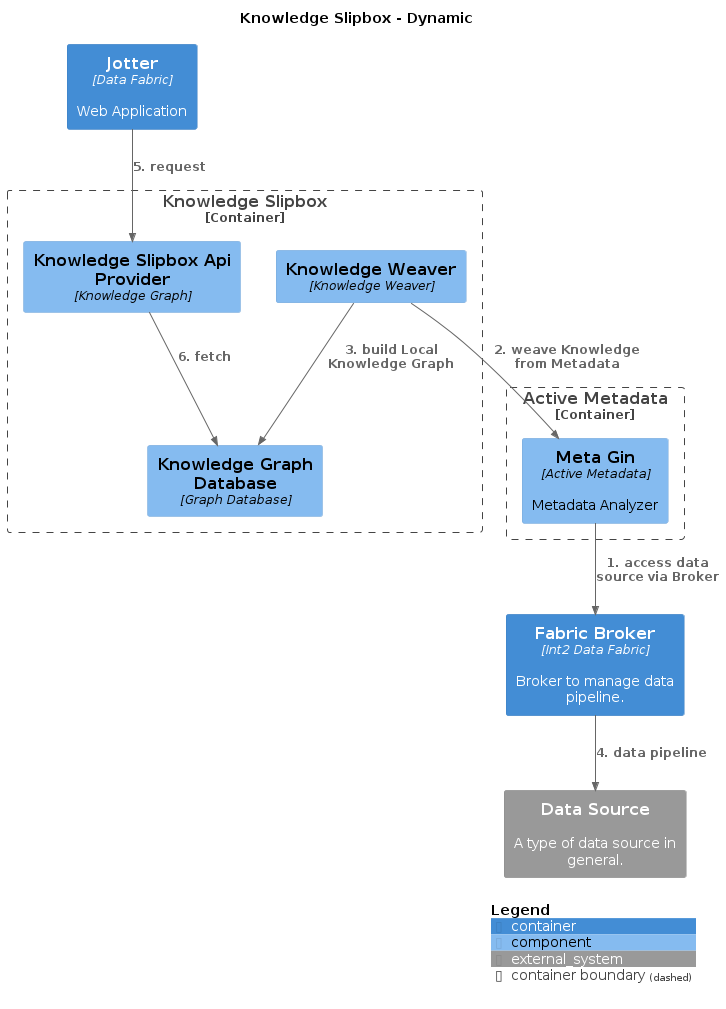
The PlantUML diagram master/png/LocalKnowledgeGraph.png in IntellectusCorp/data-fabric-docs, before a commit.
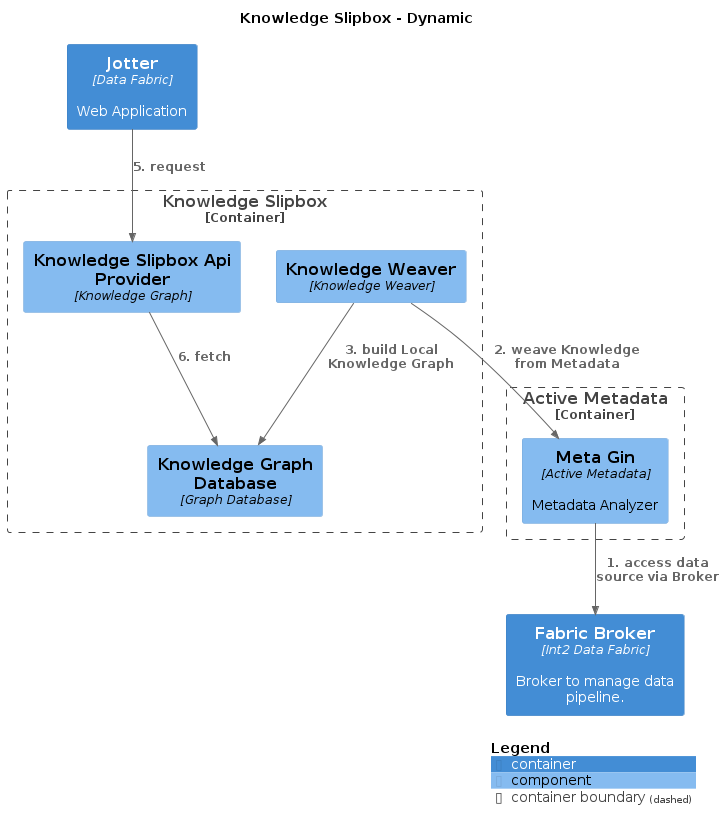
The same file after the commit.

Change to the diagram source:
```diff
@@ -20,13 +20,11 @@
 }
 
 Container(DataFabric.Jotter, "Jotter", "Data Fabric", "Web Application", $tags="")
-System_Ext(DataSource, "Data Source", "A type of data source in general.", $tags="")
 Container(DataFabric.FabricBroker, "Fabric Broker", "Int2 Data Fabric", "Broker to manage data pipeline.", $tags="")
 
 Rel_D(DataFabric.ActiveMetadata.MetaGin, DataFabric.FabricBroker, "1. access data source via Broker", $tags="")
 Rel_D(DataFabric.KnowledgeSlipbox.KnowledgeWeaver, DataFabric.ActiveMetadata.MetaGin, "2. weave Knowledge from Metadata", $tags="")
 Rel_D(DataFabric.KnowledgeSlipbox.KnowledgeWeaver, DataFabric.KnowledgeSlipbox.KnowledgeGraphDatabase, "3. build Local Knowledge Graph", $tags="")
-Rel_D(DataFabric.FabricBroker, DataSource, "4. data pipeline", $tags="")
 Rel_D(DataFabric.Jotter, DataFabric.KnowledgeSlipbox.KnowledgeSlipboxApiProvider, "5. request", $tags="")
 Rel_D(DataFabric.KnowledgeSlipbox.KnowledgeSlipboxApiProvider, DataFabric.KnowledgeSlipbox.KnowledgeGraphDatabase, "6. fetch", $tags="")
 
```
